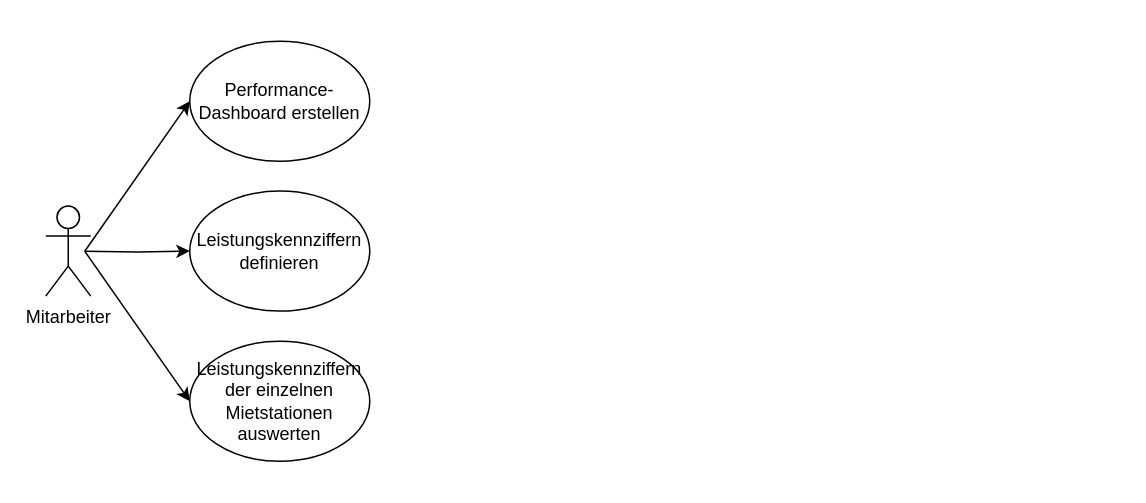
The draw.io diagram Jan/UseCaseDiagrammE2.drawio in JanUwU42/SoftwareEngineeringProjektarbeit, before the edit. Source tidied: cells renumbered, new cells numbered last; positions are measured from the earlier drawing's top-left corner, leaving out a move shared by most shapes. Both pictures are drawn from the tidied source at 150%, with x=0, y=0 at pixel (45, 40).
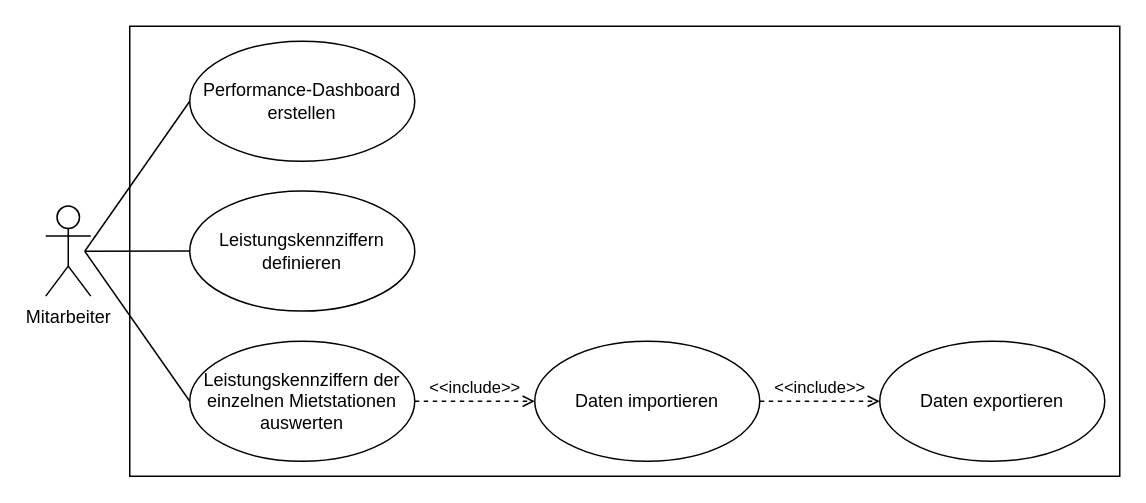
The same page after the edit.

Diff of the diagram source:
```diff
@@
 <mxGraphModel>
   <root>
     <mxCell id="0" />
     <mxCell id="1" parent="0" />
-    <mxCell id="2" style="edgeStyle=orthogonalEdgeStyle;rounded=0;jettySize=auto;html=1;" parent="1" edge="1" target="4">
-      <mxGeometry relative="1" as="geometry">
-        <mxPoint x="26" y="140" as="sourcePoint" />
-      </mxGeometry>
-    </mxCell>
+    <mxCell id="9" style="rounded=0;whiteSpace=wrap;html=1;fillColor=none;" parent="1" vertex="1">
+      <mxGeometry x="56" y="-10" width="660" height="300" as="geometry" />
+    </mxCell>
     <mxCell id="3" value="Mitarbeiter" style="shape=umlActor;verticalLabelPosition=bottom;verticalAlign=top;html=1;" parent="1" vertex="1">
       <mxGeometry y="109.9" width="30" height="60" as="geometry" />
     </mxCell>
     <mxCell id="4" value="Leistungskennziffern definieren" style="ellipse;whiteSpace=wrap;html=1;" parent="1" vertex="1">
-      <mxGeometry x="96" y="99.9" width="120" height="80" as="geometry" />
+      <mxGeometry x="96" y="99.9" width="150" height="80" as="geometry" />
     </mxCell>
-    <mxCell id="5" style="endArrow=classic;html=1;rounded=0;entryX=0;entryY=0.5;entryDx=0;entryDy=0;" parent="1" edge="1" target="6">
-      <mxGeometry relative="1" as="geometry">
-        <mxPoint x="26" y="140" as="sourcePoint" />
-      </mxGeometry>
-    </mxCell>
     <mxCell id="6" value="Leistungskennziffern der einzelnen Mietstationen auswerten" style="ellipse;whiteSpace=wrap;html=1;" parent="1" vertex="1">
-      <mxGeometry x="96" y="200" width="120" height="80" as="geometry" />
+      <mxGeometry x="96" y="200" width="150" height="80" as="geometry" />
     </mxCell>
-    <mxCell id="7" style="endArrow=classic;html=1;rounded=0;entryX=0;entryY=0.5;entryDx=0;entryDy=0;" parent="1" edge="1" target="8">
-      <mxGeometry relative="1" as="geometry">
-        <mxPoint x="26" y="140" as="sourcePoint" />
-      </mxGeometry>
-    </mxCell>
     <mxCell id="8" value="Performance-Dashboard erstellen" style="ellipse;whiteSpace=wrap;html=1;" parent="1" vertex="1">
-      <mxGeometry x="96" width="120" height="80" as="geometry" />
+      <mxGeometry x="96" width="150" height="80" as="geometry" />
     </mxCell>
+    <mxCell id="10" value="Daten importieren" style="ellipse;whiteSpace=wrap;html=1;" parent="1" vertex="1">
+      <mxGeometry x="326" y="200" width="150" height="80" as="geometry" />
+    </mxCell>
+    <mxCell id="11" value="Daten exportieren" style="ellipse;whiteSpace=wrap;html=1;" parent="1" vertex="1">
+      <mxGeometry x="556" y="200" width="150" height="80" as="geometry" />
+    </mxCell>
+    <mxCell id="12" value="&amp;lt;&amp;lt;include&amp;gt;&amp;gt;" style="html=1;verticalAlign=bottom;labelBackgroundColor=none;endArrow=open;endFill=0;dashed=1;rounded=0;exitX=1;exitY=0.5;exitDx=0;exitDy=0;entryX=0;entryY=0.5;entryDx=0;entryDy=0;" parent="1" edge="1" source="6" target="10">
+      <mxGeometry relative="1" as="geometry" />
+    </mxCell>
+    <mxCell id="13" value="&amp;lt;&amp;lt;include&amp;gt;&amp;gt;" style="html=1;verticalAlign=bottom;labelBackgroundColor=none;endArrow=open;endFill=0;dashed=1;rounded=0;exitX=1;exitY=0.5;exitDx=0;exitDy=0;entryX=0;entryY=0.5;entryDx=0;entryDy=0;" parent="1" edge="1" source="10" target="11">
+      <mxGeometry relative="1" as="geometry" />
+    </mxCell>
+    <mxCell id="14" style="edgeStyle=none;html=1;endArrow=none;verticalAlign=bottom;rounded=0;entryX=0;entryY=0.5;entryDx=0;entryDy=0;" parent="1" edge="1" target="8">
+      <mxGeometry relative="1" as="geometry">
+        <mxPoint x="26" y="140" as="sourcePoint" />
+      </mxGeometry>
+    </mxCell>
+    <mxCell id="15" style="edgeStyle=none;html=1;endArrow=none;verticalAlign=bottom;rounded=0;entryX=0;entryY=0.5;entryDx=0;entryDy=0;" parent="1" edge="1" target="4">
+      <mxGeometry relative="1" as="geometry">
+        <mxPoint x="26" y="140" as="sourcePoint" />
+      </mxGeometry>
+    </mxCell>
+    <mxCell id="16" style="edgeStyle=none;html=1;endArrow=none;verticalAlign=bottom;rounded=0;entryX=0;entryY=0.5;entryDx=0;entryDy=0;" parent="1" edge="1" target="6">
+      <mxGeometry relative="1" as="geometry">
+        <mxPoint x="26" y="140" as="sourcePoint" />
+      </mxGeometry>
+    </mxCell>
   </root>
 </mxGraphModel>
```
